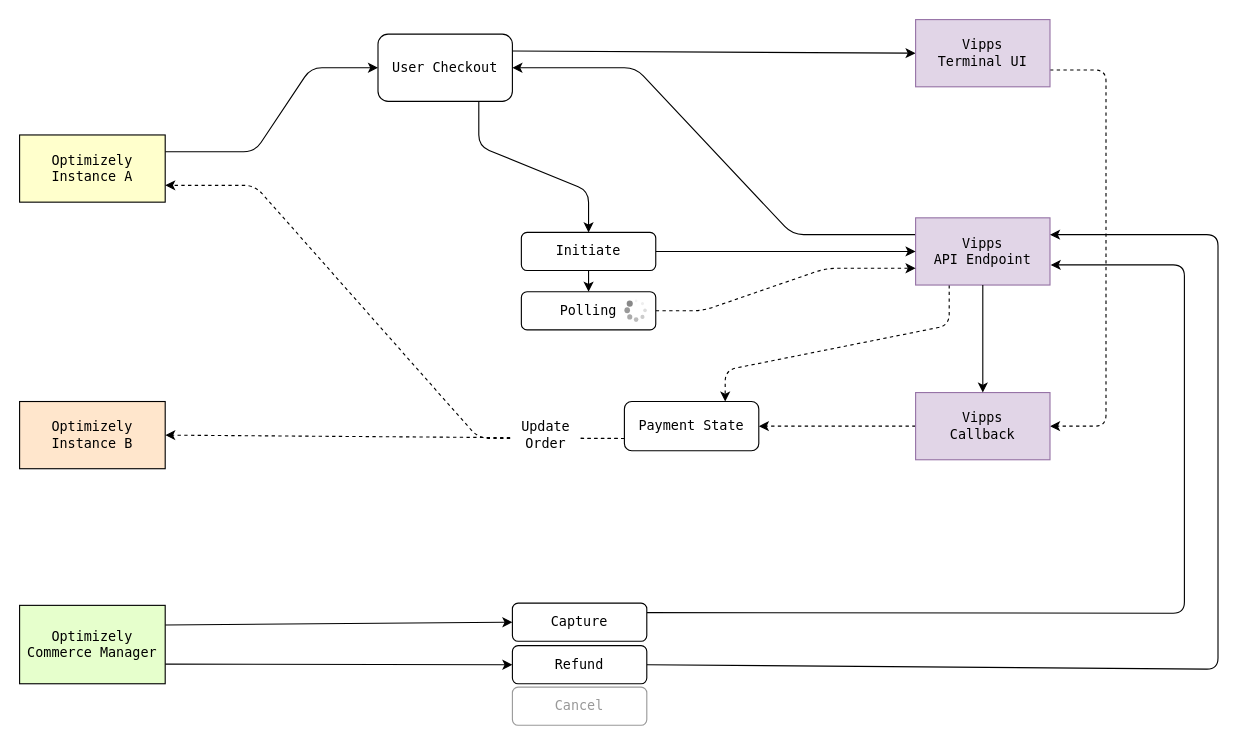
Before: page "CMS11" (1 of 2) of docs/data-flow.drawio in Geta/vipps-episerver, a draw.io diagram. Source tidied: cells renumbered, new cells numbered last; positions are measured from the earlier drawing's top-left corner, leaving out a move shared by most shapes. Both pictures are drawn from the tidied source at 112%, with x=0, y=0 at pixel (19, 19).
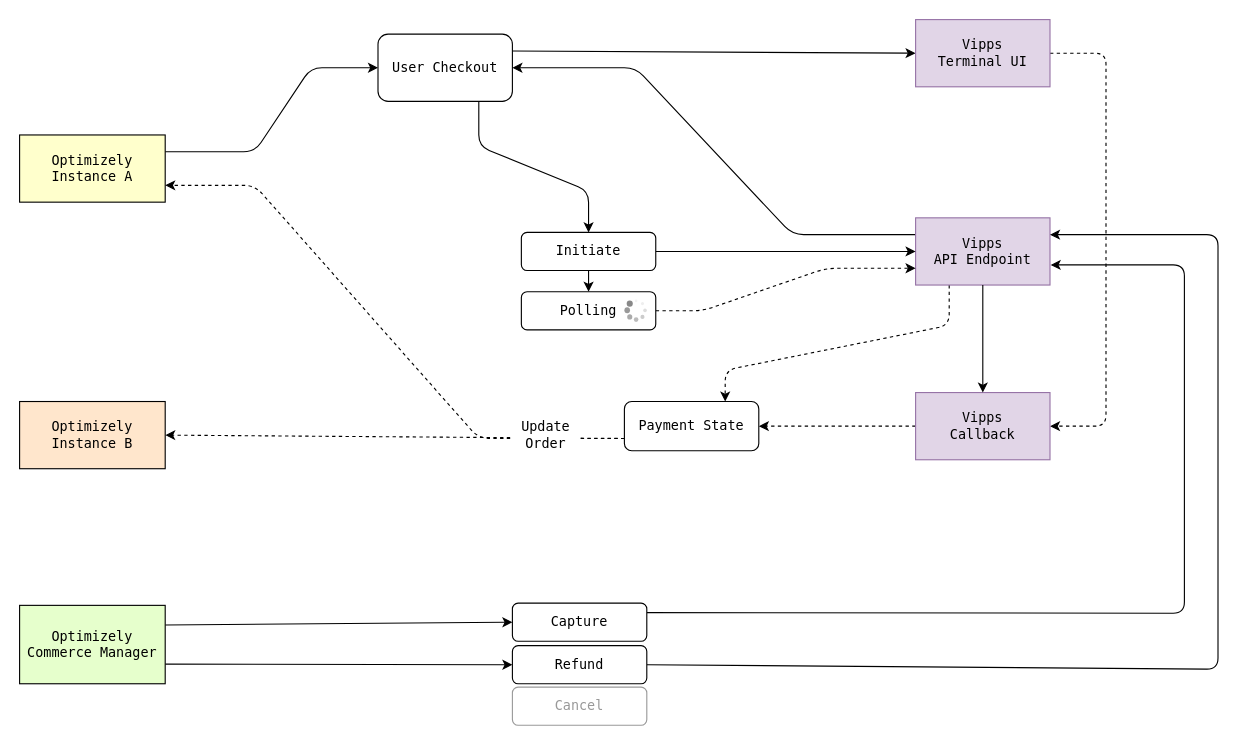
The same page after the edit.

Unchanged cells that the change refers to:
```xml
<mxCell id="9" value="Vipps&lt;br&gt;Terminal UI" style="rounded=0;whiteSpace=wrap;html=1;fontFamily=Lucida Console;fillColor=#e1d5e7;strokeColor=#9673a6;" parent="1" vertex="1">
  <mxGeometry x="800" width="120" height="60" as="geometry" />
</mxCell>
<mxCell id="14" value="Vipps&lt;br&gt;Callback" style="rounded=0;whiteSpace=wrap;html=1;fontFamily=Lucida Console;fillColor=#e1d5e7;strokeColor=#9673a6;" parent="1" vertex="1">
  <mxGeometry x="800" y="333" width="120" height="60" as="geometry" />
</mxCell>
```

Change to the diagram source:
```diff
@@
-    <mxCell id="8" style="edgeStyle=none;html=1;exitX=1;exitY=0.75;exitDx=0;exitDy=0;entryX=1;entryY=0.5;entryDx=0;entryDy=0;dashed=1;fontFamily=Lucida Console;" parent="1" edge="1" source="9" target="14">
+    <mxCell id="8" style="edgeStyle=none;html=1;exitX=1;exitY=0.5;exitDx=0;exitDy=0;entryX=1;entryY=0.5;entryDx=0;entryDy=0;dashed=1;fontFamily=Lucida Console;" parent="1" edge="1" source="9" target="14">
       <mxGeometry relative="1" as="geometry">
         <Array as="points">
-          <mxPoint x="970" y="45" />
+          <mxPoint x="970" y="30" />
           <mxPoint x="970" y="363" />
         </Array>
       </mxGeometry>
     </mxCell>
```
